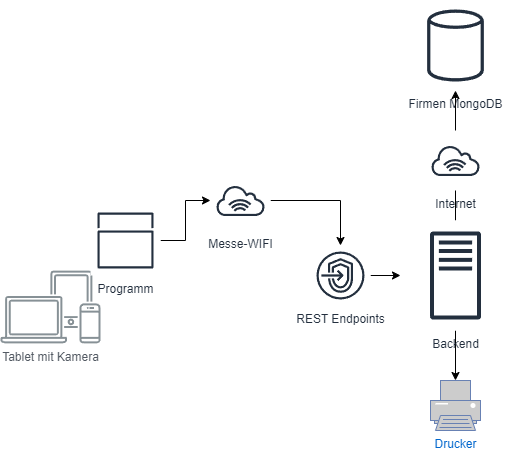
Earlier version of the draw.io export doc/ArchitekturMesseProjekt.drawio.png (ccpxxx/schulemesseprojekt). Source tidied: cells renumbered, new cells last; positions are measured from the earlier drawing's top-left corner, leaving out a move shared by most shapes. The source it was exported from:
```xml
<mxGraphModel>
  <root>
    <mxCell id="0" />
    <mxCell id="1" parent="0" />
    <mxCell id="2" value="Firmen MongoDB" style="sketch=0;outlineConnect=0;fontColor=#232F3E;gradientColor=none;strokeColor=#232F3E;fillColor=#ffffff;dashed=0;verticalLabelPosition=bottom;verticalAlign=top;align=center;html=1;fontSize=12;fontStyle=0;shape=mxgraph.aws4.resourceIcon;resIcon=mxgraph.aws4.generic_database;" parent="1" vertex="1">
      <mxGeometry x="410" width="90" height="90" as="geometry" />
    </mxCell>
    <mxCell id="3" style="edgeStyle=orthogonalEdgeStyle;rounded=0;jettySize=auto;html=1;" parent="1" edge="1" source="5" target="2">
      <mxGeometry relative="1" as="geometry" />
    </mxCell>
    <mxCell id="4" style="edgeStyle=orthogonalEdgeStyle;rounded=0;jettySize=auto;html=1;" parent="1" edge="1" source="5" target="14">
      <mxGeometry relative="1" as="geometry" />
    </mxCell>
    <mxCell id="5" value="Backend&lt;br&gt;" style="sketch=0;outlineConnect=0;fontColor=#232F3E;gradientColor=none;strokeColor=#232F3E;fillColor=#ffffff;dashed=0;verticalLabelPosition=bottom;verticalAlign=top;align=center;html=1;fontSize=12;fontStyle=0;shape=mxgraph.aws4.resourceIcon;resIcon=mxgraph.aws4.traditional_server;" parent="1" vertex="1">
      <mxGeometry x="400" y="220" width="110" height="110" as="geometry" />
    </mxCell>
    <mxCell id="6" value="Tablet mit Kamera" style="sketch=0;gradientColor=none;fontColor=#545B64;strokeColor=none;fillColor=#879196;dashed=0;verticalLabelPosition=bottom;verticalAlign=top;align=center;html=1;fontSize=12;fontStyle=0;shape=mxgraph.aws4.illustration_devices;" parent="1" vertex="1">
      <mxGeometry y="270" width="100" height="73" as="geometry" />
    </mxCell>
    <mxCell id="7" style="edgeStyle=orthogonalEdgeStyle;rounded=0;jettySize=auto;html=1;" parent="1" edge="1" source="8" target="5">
      <mxGeometry relative="1" as="geometry" />
    </mxCell>
    <mxCell id="8" value="REST Endpoints&lt;br&gt;" style="sketch=0;outlineConnect=0;fontColor=#232F3E;gradientColor=none;strokeColor=#232F3E;fillColor=#ffffff;dashed=0;verticalLabelPosition=bottom;verticalAlign=top;align=center;html=1;fontSize=12;fontStyle=0;shape=mxgraph.aws4.resourceIcon;resIcon=mxgraph.aws4.endpoints;" parent="1" vertex="1">
      <mxGeometry x="310" y="245" width="60" height="60" as="geometry" />
    </mxCell>
    <mxCell id="9" style="edgeStyle=orthogonalEdgeStyle;rounded=0;jettySize=auto;html=1;" parent="1" edge="1" source="10" target="8">
      <mxGeometry relative="1" as="geometry" />
    </mxCell>
    <mxCell id="10" value="Messe-WIFI" style="sketch=0;outlineConnect=0;fontColor=#232F3E;gradientColor=none;strokeColor=#232F3E;fillColor=#ffffff;dashed=0;verticalLabelPosition=bottom;verticalAlign=top;align=center;html=1;fontSize=12;fontStyle=0;shape=mxgraph.aws4.resourceIcon;resIcon=mxgraph.aws4.internet_alt1;" parent="1" vertex="1">
      <mxGeometry x="210" y="170" width="60" height="60" as="geometry" />
    </mxCell>
    <mxCell id="11" style="edgeStyle=orthogonalEdgeStyle;rounded=0;jettySize=auto;html=1;" parent="1" edge="1" source="12" target="10">
      <mxGeometry relative="1" as="geometry" />
    </mxCell>
    <mxCell id="12" value="Programm" style="sketch=0;outlineConnect=0;fontColor=#232F3E;gradientColor=none;strokeColor=#232F3E;fillColor=#ffffff;dashed=0;verticalLabelPosition=bottom;verticalAlign=top;align=center;html=1;fontSize=12;fontStyle=0;shape=mxgraph.aws4.resourceIcon;resIcon=mxgraph.aws4.apps;" parent="1" vertex="1">
      <mxGeometry x="90" y="205" width="70" height="70" as="geometry" />
    </mxCell>
    <mxCell id="13" value="Internet" style="sketch=0;fontColor=#232F3E;gradientColor=none;strokeColor=#232F3E;fillColor=#ffffff;dashed=0;verticalLabelPosition=bottom;verticalAlign=top;align=center;html=1;fontSize=12;fontStyle=0;shape=mxgraph.aws4.resourceIcon;resIcon=mxgraph.aws4.internet_alt1;" parent="1" vertex="1">
      <mxGeometry x="425" y="130" width="60" height="60" as="geometry" />
    </mxCell>
    <mxCell id="14" value="Drucker" style="fontColor=#0066CC;verticalAlign=top;verticalLabelPosition=bottom;labelPosition=center;align=center;html=1;outlineConnect=0;fillColor=#CCCCCC;strokeColor=#6881B3;gradientColor=none;gradientDirection=north;strokeWidth=2;shape=mxgraph.networks.printer;" parent="1" vertex="1">
      <mxGeometry x="430" y="380" width="50" height="50" as="geometry" />
    </mxCell>
  </root>
</mxGraphModel>
```
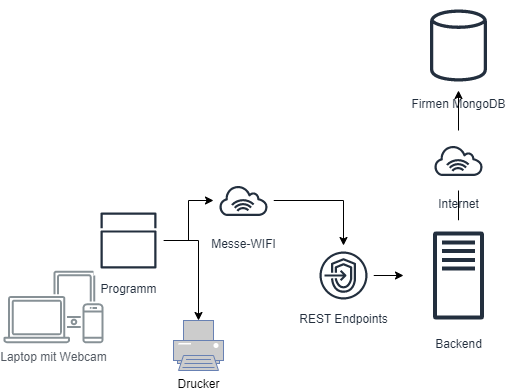
The same file after the commit.

Change to the diagram source:
```diff
@@ -8,13 +8,13 @@
     <mxCell id="3" style="edgeStyle=orthogonalEdgeStyle;rounded=0;jettySize=auto;html=1;" parent="1" edge="1" source="5" target="2">
       <mxGeometry relative="1" as="geometry" />
     </mxCell>
-    <mxCell id="4" style="edgeStyle=orthogonalEdgeStyle;rounded=0;jettySize=auto;html=1;" parent="1" edge="1" source="5" target="14">
+    <mxCell id="4" style="edgeStyle=orthogonalEdgeStyle;rounded=0;jettySize=auto;html=1;" parent="1" edge="1" source="12" target="14">
       <mxGeometry relative="1" as="geometry" />
     </mxCell>
     <mxCell id="5" value="Backend&lt;br&gt;" style="sketch=0;outlineConnect=0;fontColor=#232F3E;gradientColor=none;strokeColor=#232F3E;fillColor=#ffffff;dashed=0;verticalLabelPosition=bottom;verticalAlign=top;align=center;html=1;fontSize=12;fontStyle=0;shape=mxgraph.aws4.resourceIcon;resIcon=mxgraph.aws4.traditional_server;" parent="1" vertex="1">
       <mxGeometry x="400" y="220" width="110" height="110" as="geometry" />
     </mxCell>
-    <mxCell id="6" value="Tablet mit Kamera" style="sketch=0;gradientColor=none;fontColor=#545B64;strokeColor=none;fillColor=#879196;dashed=0;verticalLabelPosition=bottom;verticalAlign=top;align=center;html=1;fontSize=12;fontStyle=0;shape=mxgraph.aws4.illustration_devices;" parent="1" vertex="1">
+    <mxCell id="6" value="Laptop mit Webcam" style="sketch=0;gradientColor=none;fontColor=#545B64;strokeColor=none;fillColor=#879196;dashed=0;verticalLabelPosition=bottom;verticalAlign=top;align=center;html=1;fontSize=12;fontStyle=0;shape=mxgraph.aws4.illustration_devices;" parent="1" vertex="1">
       <mxGeometry y="270" width="100" height="73" as="geometry" />
     </mxCell>
     <mxCell id="7" style="edgeStyle=orthogonalEdgeStyle;rounded=0;jettySize=auto;html=1;" parent="1" edge="1" source="8" target="5">
@@ -38,8 +38,8 @@
     <mxCell id="13" value="Internet" style="sketch=0;fontColor=#232F3E;gradientColor=none;strokeColor=#232F3E;fillColor=#ffffff;dashed=0;verticalLabelPosition=bottom;verticalAlign=top;align=center;html=1;fontSize=12;fontStyle=0;shape=mxgraph.aws4.resourceIcon;resIcon=mxgraph.aws4.internet_alt1;" parent="1" vertex="1">
       <mxGeometry x="425" y="130" width="60" height="60" as="geometry" />
     </mxCell>
-    <mxCell id="14" value="Drucker" style="fontColor=#0066CC;verticalAlign=top;verticalLabelPosition=bottom;labelPosition=center;align=center;html=1;outlineConnect=0;fillColor=#CCCCCC;strokeColor=#6881B3;gradientColor=none;gradientDirection=north;strokeWidth=2;shape=mxgraph.networks.printer;" parent="1" vertex="1">
-      <mxGeometry x="430" y="380" width="50" height="50" as="geometry" />
+    <mxCell id="14" value="&lt;font color=&quot;#000000&quot;&gt;Drucker&lt;/font&gt;" style="fontColor=#0066CC;verticalAlign=top;verticalLabelPosition=bottom;labelPosition=center;align=center;html=1;outlineConnect=0;fillColor=#CCCCCC;strokeColor=#6881B3;gradientColor=none;gradientDirection=north;strokeWidth=2;shape=mxgraph.networks.printer;" parent="1" vertex="1">
+      <mxGeometry x="170" y="320" width="50" height="50" as="geometry" />
     </mxCell>
   </root>
 </mxGraphModel>
```
